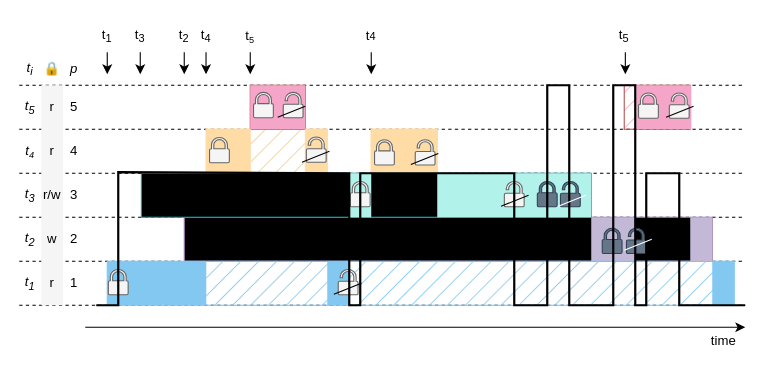
Above: assets/system-rw.drawio in perlindgren/rw-rtic (draw.io), before the change. Source tidied: cells renumbered, new cells numbered last; positions are measured from the earlier drawing's top-left corner, leaving out a move shared by most shapes. Both pictures are drawn from the tidied source at 110%, with x=0, y=0 at pixel (19, 19).
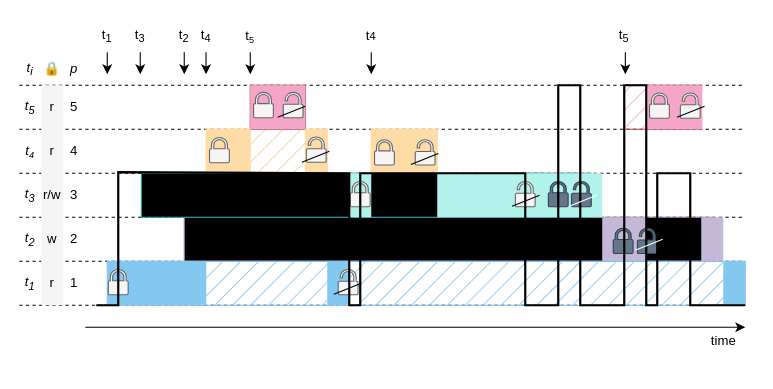
The same page after the edit.

Commit message (it also covers changes not shown here):
content: make the two diagram's jobs match in behavior

Diff of the diagram source:
```diff
@@
     <mxCell id="11" style="rounded=0;whiteSpace=wrap;html=1;fillColor=#C3B9D7;strokeColor=none;" parent="1" vertex="1">
-      <mxGeometry x="520" y="180" width="40" height="40" as="geometry" />
+      <mxGeometry x="530" y="180" width="40" height="40" as="geometry" />
     </mxCell>
@@
     <mxCell id="14" style="rounded=0;whiteSpace=wrap;html=1;fillColor=#82C8F0;strokeColor=#82C8F0;fillStyle=hatch;" parent="1" vertex="1">
-      <mxGeometry x="80" y="220" width="570" height="40" as="geometry" />
+      <mxGeometry x="80" y="220" width="580" height="40" as="geometry" />
     </mxCell>
@@
     <mxCell id="29" style="rounded=0;whiteSpace=wrap;html=1;fillColor=#B1F2EB;strokeColor=none;fillStyle=solid;" parent="1" vertex="1">
-      <mxGeometry x="380" y="140" width="140" height="40" as="geometry" />
+      <mxGeometry x="380" y="140" width="150" height="40" as="geometry" />
     </mxCell>
     <mxCell id="30" style="sketch=0;shadow=0;dashed=0;html=1;strokeColor=#314354;labelPosition=center;verticalLabelPosition=bottom;verticalAlign=top;align=center;shape=mxgraph.office.security.lock_protected;fillColor=#647687;fontColor=#ffffff;" parent="1" vertex="1">
-      <mxGeometry x="471" y="147.5" width="18" height="23" as="geometry" />
+      <mxGeometry x="481" y="147.5" width="18" height="23" as="geometry" />
     </mxCell>
     <mxCell id="31" style="sketch=0;shadow=0;dashed=0;html=1;strokeColor=#314354;labelPosition=center;verticalLabelPosition=bottom;verticalAlign=top;align=center;shape=mxgraph.office.security.lock_protected;fillColor=#647687;fontColor=#ffffff;" parent="1" vertex="1">
-      <mxGeometry x="530" y="190" width="18" height="23" as="geometry" />
+      <mxGeometry x="540" y="190" width="18" height="23" as="geometry" />
     </mxCell>
@@
     <mxCell id="34" style="sketch=0;shadow=0;dashed=0;html=1;strokeColor=#666666;labelPosition=center;verticalLabelPosition=bottom;verticalAlign=top;align=center;shape=mxgraph.office.security.lock_unprotected;fillColor=#f5f5f5;fontColor=#333333;strokeWidth=1;" parent="1" vertex="1">
-      <mxGeometry x="441" y="147.5" width="18" height="23" as="geometry" />
+      <mxGeometry x="451" y="147.5" width="18" height="23" as="geometry" />
     </mxCell>
@@
     <mxCell id="37" style="sketch=0;shadow=0;dashed=0;html=1;strokeColor=#314354;labelPosition=center;verticalLabelPosition=bottom;verticalAlign=top;align=center;shape=mxgraph.office.security.lock_unprotected;fillColor=#647687;fontColor=#ffffff;" parent="1" vertex="1">
-      <mxGeometry x="492" y="147.5" width="18" height="23" as="geometry" />
+      <mxGeometry x="502" y="147.5" width="18" height="23" as="geometry" />
     </mxCell>
     <mxCell id="38" style="rounded=0;whiteSpace=wrap;html=1;fillColor=#C3B9D7;strokeColor=none;" parent="1" vertex="1">
-      <mxGeometry x="610" y="180" width="20" height="40" as="geometry" />
+      <mxGeometry x="620" y="180" width="20" height="40" as="geometry" />
     </mxCell>
     <mxCell id="39" style="rounded=0;whiteSpace=wrap;html=1;fillColor=#82C8F0;strokeColor=none;" parent="1" vertex="1">
-      <mxGeometry x="630" y="220" width="20" height="40" as="geometry" />
+      <mxGeometry x="640" y="220" width="20" height="40" as="geometry" />
     </mxCell>
     <mxCell id="40" style="rounded=0;whiteSpace=wrap;html=1;fillColor=#F5A5C8;strokeColor=#b85450;fillStyle=hatch;" parent="1" vertex="1">
-      <mxGeometry x="550" y="60" width="60" height="40" as="geometry" />
+      <mxGeometry x="550" y="60" width="70" height="40" as="geometry" />
     </mxCell>
     <mxCell id="41" style="sketch=0;shadow=0;dashed=0;html=1;strokeColor=#314354;labelPosition=center;verticalLabelPosition=bottom;verticalAlign=top;align=center;shape=mxgraph.office.security.lock_unprotected;fillColor=#647687;fontColor=#ffffff;" parent="1" vertex="1">
-      <mxGeometry x="552" y="190" width="18" height="23" as="geometry" />
+      <mxGeometry x="562" y="190" width="18" height="23" as="geometry" />
     </mxCell>
     <mxCell id="42" style="rounded=0;whiteSpace=wrap;html=1;fillColor=#F5A5C8;strokeColor=none;" parent="1" vertex="1">
-      <mxGeometry x="561" y="60" width="50" height="40" as="geometry" />
+      <mxGeometry x="571" y="60" width="50" height="40" as="geometry" />
     </mxCell>
     <mxCell id="43" style="sketch=0;shadow=0;dashed=0;html=1;strokeColor=#666666;labelPosition=center;verticalLabelPosition=bottom;verticalAlign=top;align=center;shape=mxgraph.office.security.lock_unprotected;fillColor=#f5f5f5;fontColor=#333333;strokeWidth=1;" parent="1" vertex="1">
-      <mxGeometry x="591" y="67" width="18" height="23" as="geometry" />
+      <mxGeometry x="601" y="67" width="18" height="23" as="geometry" />
     </mxCell>
     <mxCell id="44" style="sketch=0;shadow=0;dashed=0;html=1;strokeColor=#666666;labelPosition=center;verticalLabelPosition=bottom;verticalAlign=top;align=center;shape=mxgraph.office.security.lock_protected;fillColor=#f5f5f5;fontColor=#333333;strokeWidth=1;" parent="1" vertex="1">
-      <mxGeometry x="563" y="67" width="18" height="23" as="geometry" />
+      <mxGeometry x="573" y="67" width="18" height="23" as="geometry" />
     </mxCell>
@@
     <mxCell id="63" style="endArrow=none;html=1;rounded=0;strokeWidth=2;" parent="1" edge="1">
       <mxGeometry relative="1" as="geometry">
         <mxPoint x="70" y="260" as="sourcePoint" />
         <mxPoint x="660" y="260" as="targetPoint" />
         <Array as="points">
           <mxPoint x="90" y="260" />
           <mxPoint x="90" y="139" />
           <mxPoint x="300" y="140" />
           <mxPoint x="300" y="260" />
           <mxPoint x="310" y="260" />
           <mxPoint x="310" y="140" />
-          <mxPoint x="450" y="140" />
-          <mxPoint x="450" y="260" />
-          <mxPoint x="480" y="260" />
-          <mxPoint x="480" y="60" />
-          <mxPoint x="500" y="60" />
-          <mxPoint x="500" y="260" />
-          <mxPoint x="540" y="260" />
-          <mxPoint x="540" y="60" />
-          <mxPoint x="560" y="60" />
-          <mxPoint x="560" y="260" />
+          <mxPoint x="460" y="140" />
+          <mxPoint x="460" y="260" />
+          <mxPoint x="490" y="260" />
+          <mxPoint x="490" y="60" />
+          <mxPoint x="510" y="60" />
+          <mxPoint x="510" y="260" />
+          <mxPoint x="550" y="260" />
+          <mxPoint x="550" y="60" />
+          <mxPoint x="570" y="60" />
           <mxPoint x="570" y="260" />
-          <mxPoint x="570" y="140" />
-          <mxPoint x="600" y="140" />
-          <mxPoint x="600" y="260" />
+          <mxPoint x="580" y="260" />
+          <mxPoint x="580" y="140" />
+          <mxPoint x="610" y="140" />
+          <mxPoint x="610" y="260" />
         </Array>
       </mxGeometry>
     </mxCell>
@@
     <mxCell id="82" style="endArrow=none;html=1;rounded=0;" parent="1" edge="1">
       <mxGeometry relative="1" as="geometry">
-        <mxPoint x="438" y="170" as="sourcePoint" />
-        <mxPoint x="463" y="160" as="targetPoint" />
+        <mxPoint x="448" y="170" as="sourcePoint" />
+        <mxPoint x="473" y="160" as="targetPoint" />
       </mxGeometry>
     </mxCell>
     <mxCell id="83" style="endArrow=none;html=1;rounded=0;" parent="1" edge="1">
       <mxGeometry relative="1" as="geometry">
-        <mxPoint x="588" y="89" as="sourcePoint" />
-        <mxPoint x="613" y="79" as="targetPoint" />
+        <mxPoint x="598" y="89" as="sourcePoint" />
+        <mxPoint x="623" y="79" as="targetPoint" />
       </mxGeometry>
     </mxCell>
     <mxCell id="84" style="endArrow=none;html=1;rounded=0;strokeColor=#FFFFFF;" parent="1" edge="1">
       <mxGeometry relative="1" as="geometry">
-        <mxPoint x="490" y="170" as="sourcePoint" />
-        <mxPoint x="515" y="160" as="targetPoint" />
+        <mxPoint x="500" y="170" as="sourcePoint" />
+        <mxPoint x="525" y="160" as="targetPoint" />
       </mxGeometry>
     </mxCell>
     <mxCell id="85" style="endArrow=none;html=1;rounded=0;strokeColor=#FFFFFF;" parent="1" edge="1">
       <mxGeometry relative="1" as="geometry">
-        <mxPoint x="550" y="210" as="sourcePoint" />
-        <mxPoint x="575" y="200" as="targetPoint" />
+        <mxPoint x="560" y="210" as="sourcePoint" />
+        <mxPoint x="585" y="200" as="targetPoint" />
       </mxGeometry>
     </mxCell>
@@
+    <mxCell id="88" style="endArrow=none;html=1;rounded=0;strokeWidth=2;dashed=1;entryX=1;entryY=0;entryDx=0;entryDy=0;" parent="1" edge="1">
+      <mxGeometry relative="1" as="geometry">
+        <mxPoint x="618" y="318" as="sourcePoint" />
+        <mxPoint x="618" y="318" as="targetPoint" />
+      </mxGeometry>
+    </mxCell>
```
